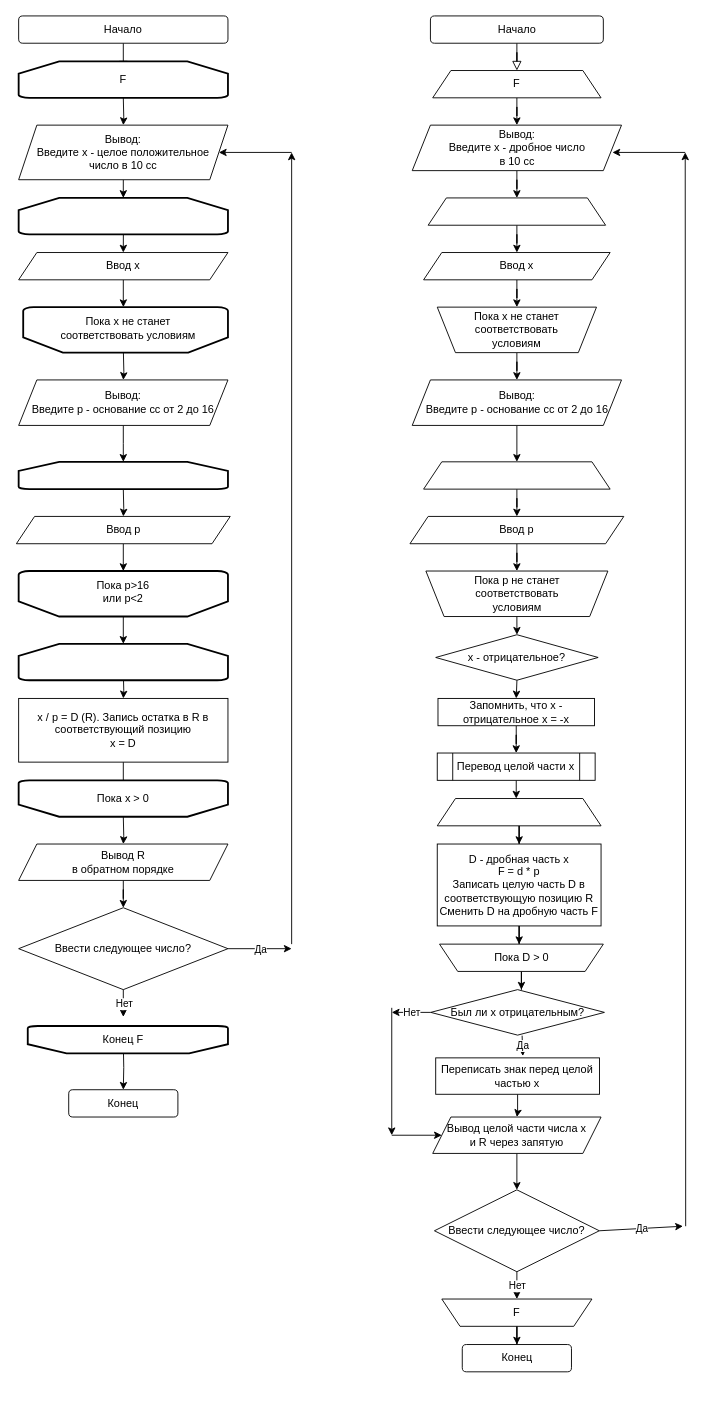
Earlier version of the draw.io diagram Untitled Diagram.drawio (FreemanBel/inviter). Source tidied: cells renumbered, new cells numbered last; positions are measured from the earlier drawing's top-left corner, leaving out a move shared by most shapes. Both pictures are drawn from the tidied source at 91%, with x=0, y=0 at pixel (16, 15).
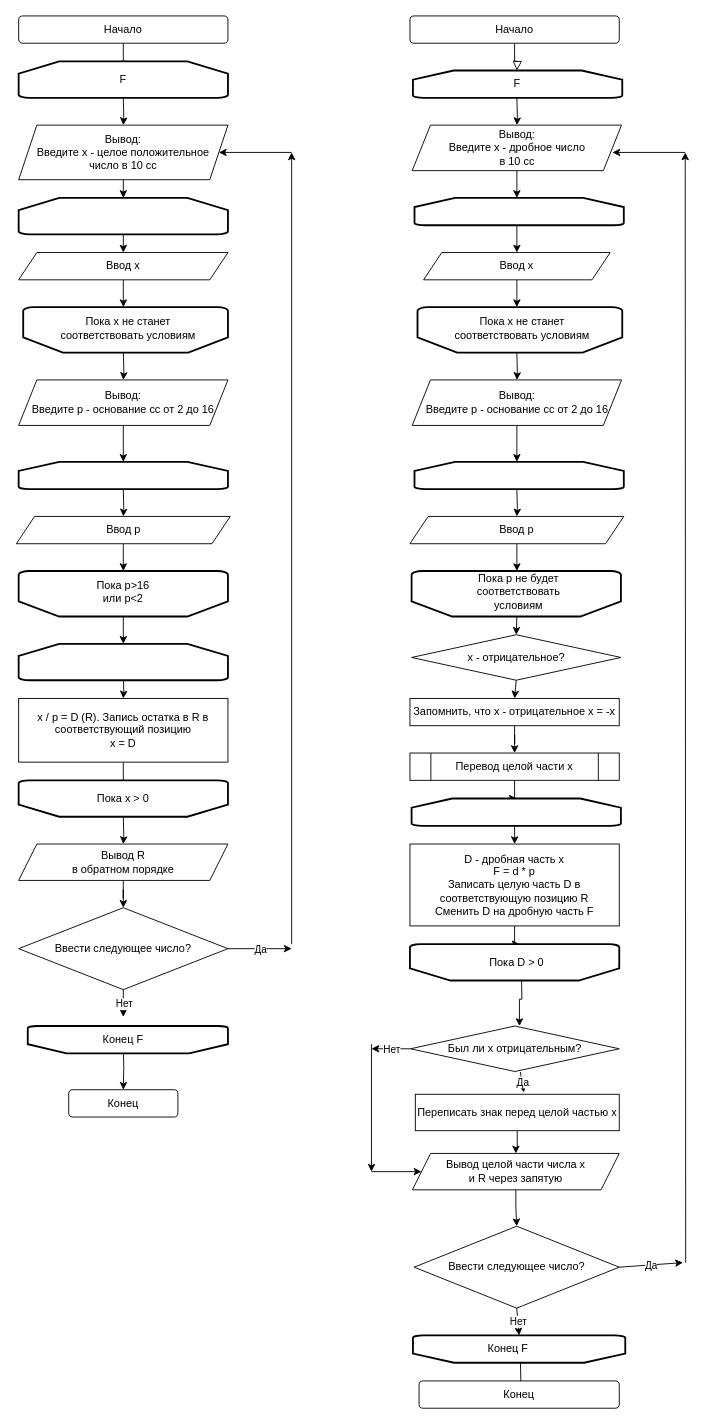
Above is the later version.

The change refers to these unchanged cells:
```xml
<mxCell id="39" value="Ввод x" style="shape=parallelogram;perimeter=parallelogramPerimeter;whiteSpace=wrap;html=1;fixedSize=1;" parent="1" vertex="1">
  <mxGeometry x="447" y="260" width="205" height="30" as="geometry" />
</mxCell>
<mxCell id="43" value="Вывод:&lt;br&gt;&lt;div&gt;Введите x - дробное число&lt;/div&gt;&lt;div&gt;в 10 сс&lt;br&gt;&lt;/div&gt;" style="shape=parallelogram;perimeter=parallelogramPerimeter;whiteSpace=wrap;html=1;fixedSize=1;" parent="1" vertex="1">
  <mxGeometry x="434.5" y="120" width="230" height="50" as="geometry" />
</mxCell>
<mxCell id="45" value="Вывод:&lt;br&gt;&lt;div&gt;Введите p - основание сс от 2 до 16&lt;br&gt;&lt;/div&gt;" style="shape=parallelogram;perimeter=parallelogramPerimeter;whiteSpace=wrap;html=1;fixedSize=1;" parent="1" vertex="1">
  <mxGeometry x="434.5" y="400" width="230" height="50" as="geometry" />
</mxCell>
<mxCell id="49" value="Ввод p" style="shape=parallelogram;perimeter=parallelogramPerimeter;whiteSpace=wrap;html=1;fixedSize=1;" parent="1" vertex="1">
  <mxGeometry x="432" y="550" width="235" height="30" as="geometry" />
</mxCell>
```

What changed in the source:
```diff
@@
-    <mxCell id="32" style="rounded=0;html=1;jettySize=auto;fontSize=11;endArrow=block;endFill=0;endSize=8;strokeWidth=1;shadow=0;labelBackgroundColor=none;edgeStyle=orthogonalEdgeStyle;entryX=0.5;entryY=0;entryDx=0;entryDy=0;" parent="1" edge="1" source="33" target="35">
-      <mxGeometry relative="1" as="geometry" />
+    <mxCell id="32" style="rounded=0;html=1;jettySize=auto;fontSize=11;endArrow=block;endFill=0;endSize=8;strokeWidth=1;shadow=0;labelBackgroundColor=none;edgeStyle=orthogonalEdgeStyle;entryX=0.5;entryY=0;entryDx=0;entryDy=0;" parent="1" edge="1" source="33">
+      <mxGeometry relative="1" as="geometry">
+        <mxPoint x="549.5" y="60" as="targetPoint" />
+      </mxGeometry>
     </mxCell>
     <mxCell id="33" value="Начало" style="rounded=1;whiteSpace=wrap;html=1;fontSize=12;glass=0;strokeWidth=1;shadow=0;" parent="1" vertex="1">
-      <mxGeometry x="454.5" width="190" height="30" as="geometry" />
+      <mxGeometry x="432" width="230" height="30" as="geometry" />
     </mxCell>
-    <mxCell id="34" style="edgeStyle=orthogonalEdgeStyle;rounded=0;jettySize=auto;html=1;" parent="1" edge="1" source="35" target="43">
-      <mxGeometry relative="1" as="geometry" />
+    <mxCell id="34" style="edgeStyle=orthogonalEdgeStyle;rounded=0;jettySize=auto;html=1;" parent="1" edge="1" target="43">
+      <mxGeometry relative="1" as="geometry">
+        <mxPoint x="549.5" y="90" as="sourcePoint" />
+      </mxGeometry>
     </mxCell>
-    <mxCell id="35" value="F" style="shape=trapezoid;perimeter=trapezoidPerimeter;whiteSpace=wrap;html=1;fixedSize=1;" parent="1" vertex="1">
-      <mxGeometry x="457" y="60" width="185" height="30" as="geometry" />
-    </mxCell>
-    <mxCell id="36" style="edgeStyle=orthogonalEdgeStyle;rounded=0;jettySize=auto;html=1;entryX=0.5;entryY=0;entryDx=0;entryDy=0;" parent="1" edge="1" source="37" target="39">
-      <mxGeometry relative="1" as="geometry" />
+    <mxCell id="36" style="edgeStyle=orthogonalEdgeStyle;rounded=0;jettySize=auto;html=1;entryX=0.5;entryY=0;entryDx=0;entryDy=0;" parent="1" edge="1" target="39">
+      <mxGeometry relative="1" as="geometry">
+        <mxPoint x="549.5" y="230" as="sourcePoint" />
+      </mxGeometry>
     </mxCell>
-    <mxCell id="37" style="shape=trapezoid;perimeter=trapezoidPerimeter;whiteSpace=wrap;html=1;fixedSize=1;" parent="1" vertex="1">
-      <mxGeometry x="452" y="200" width="195" height="30" as="geometry" />
-    </mxCell>
-    <mxCell id="38" style="edgeStyle=orthogonalEdgeStyle;rounded=0;jettySize=auto;html=1;" parent="1" edge="1" source="39" target="41">
-      <mxGeometry relative="1" as="geometry" />
+    <mxCell id="38" style="edgeStyle=orthogonalEdgeStyle;rounded=0;jettySize=auto;html=1;" parent="1" edge="1" source="39">
+      <mxGeometry relative="1" as="geometry">
+        <mxPoint x="549.5" y="320" as="targetPoint" />
+      </mxGeometry>
     </mxCell>
@@
-    <mxCell id="40" style="edgeStyle=orthogonalEdgeStyle;rounded=0;jettySize=auto;html=1;" parent="1" edge="1" source="41" target="45">
-      <mxGeometry relative="1" as="geometry" />
+    <mxCell id="40" style="edgeStyle=orthogonalEdgeStyle;rounded=0;jettySize=auto;html=1;" parent="1" edge="1" target="45">
+      <mxGeometry relative="1" as="geometry">
+        <mxPoint x="549.5" y="370" as="sourcePoint" />
+      </mxGeometry>
     </mxCell>
-    <mxCell id="41" value="&lt;div&gt;Пока x не станет&lt;/div&gt;&lt;div&gt;соответствовать&lt;/div&gt;&lt;div&gt;условиям&lt;br&gt;&lt;/div&gt;" style="shape=trapezoid;perimeter=trapezoidPerimeter;whiteSpace=wrap;html=1;fixedSize=1;direction=west;" parent="1" vertex="1">
-      <mxGeometry x="462" y="320" width="175" height="50" as="geometry" />
-    </mxCell>
-    <mxCell id="42" style="edgeStyle=orthogonalEdgeStyle;rounded=0;jettySize=auto;html=1;entryX=0.5;entryY=0;entryDx=0;entryDy=0;" parent="1" edge="1" source="43" target="37">
-      <mxGeometry relative="1" as="geometry" />
+    <mxCell id="42" style="edgeStyle=orthogonalEdgeStyle;rounded=0;jettySize=auto;html=1;entryX=0.5;entryY=0;entryDx=0;entryDy=0;" parent="1" edge="1" source="43">
+      <mxGeometry relative="1" as="geometry">
+        <mxPoint x="549.5" y="200" as="targetPoint" />
+      </mxGeometry>
     </mxCell>
@@
-    <mxCell id="44" style="edgeStyle=orthogonalEdgeStyle;rounded=0;jettySize=auto;html=1;" parent="1" edge="1" source="45" target="47">
-      <mxGeometry relative="1" as="geometry" />
+    <mxCell id="44" style="edgeStyle=orthogonalEdgeStyle;rounded=0;jettySize=auto;html=1;" parent="1" edge="1" source="45">
+      <mxGeometry relative="1" as="geometry">
+        <mxPoint x="549.5" y="490" as="targetPoint" />
+      </mxGeometry>
     </mxCell>
@@
-    <mxCell id="46" style="edgeStyle=orthogonalEdgeStyle;rounded=0;jettySize=auto;html=1;" parent="1" edge="1" source="47" target="49">
-      <mxGeometry relative="1" as="geometry" />
+    <mxCell id="46" style="edgeStyle=orthogonalEdgeStyle;rounded=0;jettySize=auto;html=1;" parent="1" edge="1" target="49">
+      <mxGeometry relative="1" as="geometry">
+        <mxPoint x="549.5" y="520" as="sourcePoint" />
+      </mxGeometry>
     </mxCell>
-    <mxCell id="47" style="shape=trapezoid;perimeter=trapezoidPerimeter;whiteSpace=wrap;html=1;fixedSize=1;" parent="1" vertex="1">
-      <mxGeometry x="447" y="490" width="205" height="30" as="geometry" />
-    </mxCell>
-    <mxCell id="48" style="edgeStyle=orthogonalEdgeStyle;rounded=0;jettySize=auto;html=1;" parent="1" edge="1" source="49" target="50">
-      <mxGeometry relative="1" as="geometry" />
+    <mxCell id="48" style="edgeStyle=orthogonalEdgeStyle;rounded=0;jettySize=auto;html=1;" parent="1" edge="1" source="49">
+      <mxGeometry relative="1" as="geometry">
+        <mxPoint x="549.5" y="610" as="targetPoint" />
+      </mxGeometry>
     </mxCell>
@@
-    <mxCell id="50" value="&lt;div&gt;Пока p не станет&lt;/div&gt;&lt;div&gt;соответствовать&lt;/div&gt;&lt;div&gt;условиям&lt;br&gt;&lt;/div&gt;" style="shape=trapezoid;perimeter=trapezoidPerimeter;whiteSpace=wrap;html=1;fixedSize=1;direction=west;" parent="1" vertex="1">
-      <mxGeometry x="449.5" y="610" width="200" height="50" as="geometry" />
-    </mxCell>
@@
     <mxCell id="52" value="&lt;div&gt;Вывод целой части числа x&lt;/div&gt;&lt;div&gt;и R через запятую&lt;br&gt;&lt;/div&gt;" style="shape=parallelogram;perimeter=parallelogramPerimeter;whiteSpace=wrap;html=1;fixedSize=1;" parent="1" vertex="1">
-      <mxGeometry x="457" y="1210" width="185" height="40" as="geometry" />
+      <mxGeometry x="434.7" y="1250" width="227.3" height="40" as="geometry" />
     </mxCell>
     <mxCell id="53" value="Ввести следующее число?" style="rhombus;whiteSpace=wrap;html=1;" parent="1" vertex="1">
-      <mxGeometry x="458.9" y="1290" width="181.2" height="90" as="geometry" />
+      <mxGeometry x="436.6" y="1330" width="225.4" height="90" as="geometry" />
     </mxCell>
-    <mxCell id="54" style="edgeStyle=orthogonalEdgeStyle;rounded=0;jettySize=auto;html=1;" parent="1" edge="1" source="55" target="56">
-      <mxGeometry relative="1" as="geometry" />
+    <mxCell id="54" style="edgeStyle=orthogonalEdgeStyle;rounded=0;jettySize=auto;html=1;" parent="1" edge="1" target="56">
+      <mxGeometry relative="1" as="geometry">
+        <mxPoint x="553.4" y="1480" as="sourcePoint" />
+      </mxGeometry>
     </mxCell>
-    <mxCell id="55" value="F" style="shape=trapezoid;perimeter=trapezoidPerimeter;whiteSpace=wrap;html=1;fixedSize=1;direction=west;" parent="1" vertex="1">
-      <mxGeometry x="467" y="1410" width="165" height="30" as="geometry" />
-    </mxCell>
     <mxCell id="56" value="Конец" style="rounded=1;whiteSpace=wrap;html=1;" parent="1" vertex="1">
-      <mxGeometry x="489.5" y="1460" width="120" height="30" as="geometry" />
+      <mxGeometry x="442" y="1500" width="220" height="30" as="geometry" />
     </mxCell>
-    <mxCell id="57" style="endArrow=classic;html=1;exitX=0.5;exitY=1;exitDx=0;exitDy=0;entryX=0.5;entryY=1;entryDx=0;entryDy=0;" parent="1" edge="1" source="53" target="55">
+    <mxCell id="57" style="endArrow=classic;html=1;exitX=0.5;exitY=1;exitDx=0;exitDy=0;entryX=0.5;entryY=1;entryDx=0;entryDy=0;entryPerimeter=0;" parent="1" edge="1" source="53" target="105">
       <mxGeometry relative="1" as="geometry" />
     </mxCell>
@@
     <mxCell id="59" style="endArrow=classic;html=1;exitX=1;exitY=0.5;exitDx=0;exitDy=0;" parent="1" edge="1" source="53">
       <mxGeometry relative="1" as="geometry">
-        <mxPoint x="732" y="1330" as="targetPoint" />
+        <mxPoint x="732" y="1370" as="targetPoint" />
       </mxGeometry>
     </mxCell>
@@
     <mxCell id="61" style="endArrow=classic;html=1;" parent="1" edge="1">
       <mxGeometry relative="1" as="geometry">
-        <mxPoint x="735" y="1330" as="sourcePoint" />
+        <mxPoint x="735" y="1370" as="sourcePoint" />
         <mxPoint x="734.5" y="150" as="targetPoint" />
       </mxGeometry>
     </mxCell>
@@
     <mxCell id="63" value="x - отрицательное?" style="rhombus;whiteSpace=wrap;html=1;" parent="1" vertex="1">
-      <mxGeometry x="460.3" y="680" width="178.5" height="50" as="geometry" />
+      <mxGeometry x="433.8" y="680" width="230" height="50" as="geometry" />
     </mxCell>
@@
     <mxCell id="65" value="Запомнить, что x - отрицательное x = -x" style="rounded=0;whiteSpace=wrap;html=1;" parent="1" vertex="1">
-      <mxGeometry x="462.8" y="750" width="172" height="30" as="geometry" />
+      <mxGeometry x="432" y="750" width="230" height="30" as="geometry" />
     </mxCell>
-    <mxCell id="66" style="edgeStyle=orthogonalEdgeStyle;rounded=0;jettySize=auto;html=1;entryX=0.482;entryY=0;entryDx=0;entryDy=0;entryPerimeter=0;" parent="1" edge="1" source="67" target="69">
-      <mxGeometry relative="1" as="geometry" />
+    <mxCell id="66" style="edgeStyle=orthogonalEdgeStyle;rounded=0;jettySize=auto;html=1;entryX=0.482;entryY=0;entryDx=0;entryDy=0;entryPerimeter=0;" parent="1" edge="1" source="67">
+      <mxGeometry relative="1" as="geometry">
+        <mxPoint x="548.8" y="860" as="targetPoint" />
+      </mxGeometry>
     </mxCell>
     <mxCell id="67" value="Перевод целой части x" style="shape=process;whiteSpace=wrap;html=1;backgroundOutline=1;" parent="1" vertex="1">
-      <mxGeometry x="462" y="810" width="173.5" height="30" as="geometry" />
+      <mxGeometry x="432" y="810" width="230" height="30" as="geometry" />
     </mxCell>
-    <mxCell id="68" style="edgeStyle=orthogonalEdgeStyle;rounded=0;jettySize=auto;html=1;entryX=0.5;entryY=0;entryDx=0;entryDy=0;" parent="1" edge="1" source="69" target="71">
-      <mxGeometry relative="1" as="geometry" />
+    <mxCell id="68" style="edgeStyle=orthogonalEdgeStyle;rounded=0;jettySize=auto;html=1;entryX=0.5;entryY=0;entryDx=0;entryDy=0;" parent="1" edge="1" target="71">
+      <mxGeometry relative="1" as="geometry">
+        <mxPoint x="552" y="890" as="sourcePoint" />
+      </mxGeometry>
     </mxCell>
-    <mxCell id="69" style="shape=trapezoid;perimeter=trapezoidPerimeter;whiteSpace=wrap;html=1;fixedSize=1;" parent="1" vertex="1">
-      <mxGeometry x="462" y="860" width="180" height="30" as="geometry" />
-    </mxCell>
-    <mxCell id="70" style="edgeStyle=orthogonalEdgeStyle;rounded=0;jettySize=auto;html=1;entryX=0.514;entryY=1;entryDx=0;entryDy=0;entryPerimeter=0;" parent="1" edge="1" source="71" target="73">
-      <mxGeometry relative="1" as="geometry" />
+    <mxCell id="70" style="edgeStyle=orthogonalEdgeStyle;rounded=0;jettySize=auto;html=1;entryX=0.514;entryY=1;entryDx=0;entryDy=0;entryPerimeter=0;" parent="1" edge="1" source="71">
+      <mxGeometry relative="1" as="geometry">
+        <mxPoint x="552" y="1020" as="targetPoint" />
+      </mxGeometry>
     </mxCell>
     <mxCell id="71" value="&lt;div&gt;D - дробная часть x&lt;/div&gt;&lt;div&gt;F = d * p&lt;/div&gt;&lt;div&gt;Записать целую часть D в соответствующую позицию R&lt;/div&gt;&lt;div&gt;Сменить D на дробную часть F&lt;br&gt;&lt;/div&gt;" style="rounded=0;whiteSpace=wrap;html=1;" parent="1" vertex="1">
-      <mxGeometry x="462" y="910" width="180" height="90" as="geometry" />
+      <mxGeometry x="432" y="910" width="230" height="90" as="geometry" />
     </mxCell>
-    <mxCell id="72" style="edgeStyle=orthogonalEdgeStyle;rounded=0;jettySize=auto;html=1;entryX=0.522;entryY=0;entryDx=0;entryDy=0;entryPerimeter=0;" parent="1" edge="1" source="73" target="74">
-      <mxGeometry relative="1" as="geometry" />
+    <mxCell id="72" style="edgeStyle=orthogonalEdgeStyle;rounded=0;jettySize=auto;html=1;entryX=0.522;entryY=0;entryDx=0;entryDy=0;entryPerimeter=0;" parent="1" edge="1" target="74">
+      <mxGeometry relative="1" as="geometry">
+        <mxPoint x="554.5" y="1050" as="sourcePoint" />
+      </mxGeometry>
     </mxCell>
-    <mxCell id="73" value="Пока D &amp;gt; 0" style="shape=trapezoid;perimeter=trapezoidPerimeter;whiteSpace=wrap;html=1;fixedSize=1;direction=west;" parent="1" vertex="1">
-      <mxGeometry x="464.5" y="1020" width="180" height="30" as="geometry" />
-    </mxCell>
     <mxCell id="74" value="Был ли x отрицательным?" style="rhombus;whiteSpace=wrap;html=1;" parent="1" vertex="1">
-      <mxGeometry x="454.9" y="1070" width="190.8" height="50" as="geometry" />
+      <mxGeometry x="432.6" y="1110" width="229.4" height="50" as="geometry" />
     </mxCell>
@@
     <mxCell id="76" value="Переписать знак перед целой частью x" style="rounded=0;whiteSpace=wrap;html=1;" parent="1" vertex="1">
-      <mxGeometry x="460.3" y="1145" width="180" height="40" as="geometry" />
+      <mxGeometry x="437.9" y="1185" width="224.1" height="40" as="geometry" />
     </mxCell>
     <mxCell id="77" style="endArrow=classic;html=1;exitX=0;exitY=0.5;exitDx=0;exitDy=0;" parent="1" edge="1" source="74">
       <mxGeometry relative="1" as="geometry">
-        <mxPoint x="412" y="1095" as="targetPoint" />
+        <mxPoint x="389.7" y="1135" as="targetPoint" />
       </mxGeometry>
     </mxCell>
@@
     <mxCell id="79" style="endArrow=classic;html=1;" parent="1" edge="1">
       <mxGeometry relative="1" as="geometry">
-        <mxPoint x="412" y="1090" as="sourcePoint" />
-        <mxPoint x="412" y="1230" as="targetPoint" />
+        <mxPoint x="389.7" y="1130" as="sourcePoint" />
+        <mxPoint x="389.7" y="1270" as="targetPoint" />
       </mxGeometry>
     </mxCell>
     <mxCell id="80" style="endArrow=classic;html=1;" parent="1" edge="1" target="52">
       <mxGeometry relative="1" as="geometry">
-        <mxPoint x="412" y="1230" as="sourcePoint" />
+        <mxPoint x="389.7" y="1270" as="sourcePoint" />
       </mxGeometry>
     </mxCell>
@@
-    <mxCell id="84" style="endArrow=classic;html=1;exitX=0.5;exitY=0;exitDx=0;exitDy=0;entryX=0.5;entryY=0;entryDx=0;entryDy=0;" parent="1" edge="1" source="50" target="63">
-      <mxGeometry relative="1" as="geometry" />
+    <mxCell id="84" style="endArrow=classic;html=1;exitX=0.5;exitY=0;exitDx=0;exitDy=0;entryX=0.5;entryY=0;entryDx=0;entryDy=0;" parent="1" edge="1" target="63">
+      <mxGeometry relative="1" as="geometry">
+        <mxPoint x="549.5" y="660" as="sourcePoint" />
+      </mxGeometry>
     </mxCell>
@@
+    <mxCell id="97" value="F" style="strokeWidth=2;html=1;shape=mxgraph.flowchart.loop_limit;whiteSpace=wrap;" parent="1" vertex="1">
+      <mxGeometry x="435.3" y="60" width="230" height="30" as="geometry" />
+    </mxCell>
+    <mxCell id="98" style="strokeWidth=2;html=1;shape=mxgraph.flowchart.loop_limit;whiteSpace=wrap;" parent="1" vertex="1">
+      <mxGeometry x="437" y="200" width="230" height="30" as="geometry" />
+    </mxCell>
+    <mxCell id="99" style="strokeWidth=2;html=1;shape=mxgraph.flowchart.loop_limit;whiteSpace=wrap;rotation=-180;" parent="1" vertex="1">
+      <mxGeometry x="440.3" y="320" width="225" height="50" as="geometry" />
+    </mxCell>
+    <mxCell id="41" value="Пока x не станет соответствовать условиям" style="text;html=1;strokeColor=none;fillColor=none;align=center;verticalAlign=middle;whiteSpace=wrap;rounded=0;" parent="1" vertex="1">
+      <mxGeometry x="472.8" y="320" width="165" height="45" as="geometry" />
+    </mxCell>
+    <mxCell id="100" style="strokeWidth=2;html=1;shape=mxgraph.flowchart.loop_limit;whiteSpace=wrap;" parent="1" vertex="1">
+      <mxGeometry x="437" y="490" width="230" height="30" as="geometry" />
+    </mxCell>
+    <mxCell id="101" style="strokeWidth=2;html=1;shape=mxgraph.flowchart.loop_limit;whiteSpace=wrap;rotation=-180;" parent="1" vertex="1">
+      <mxGeometry x="433.8" y="610" width="230" height="50" as="geometry" />
+    </mxCell>
+    <mxCell id="102" value="Пока p не будет соответствовать условиям" style="text;html=1;strokeColor=none;fillColor=none;align=center;verticalAlign=middle;whiteSpace=wrap;rounded=0;" parent="1" vertex="1">
+      <mxGeometry x="485.4" y="620" width="133.2" height="25" as="geometry" />
+    </mxCell>
+    <mxCell id="103" style="strokeWidth=2;html=1;shape=mxgraph.flowchart.loop_limit;whiteSpace=wrap;" parent="1" vertex="1">
+      <mxGeometry x="433.8" y="860" width="230" height="30" as="geometry" />
+    </mxCell>
+    <mxCell id="104" style="strokeWidth=2;html=1;shape=mxgraph.flowchart.loop_limit;whiteSpace=wrap;rotation=-180;" parent="1" vertex="1">
+      <mxGeometry x="432" y="1020" width="230" height="40" as="geometry" />
+    </mxCell>
+    <mxCell id="73" value="Пока D &amp;gt; 0" style="text;html=1;strokeColor=none;fillColor=none;align=center;verticalAlign=middle;whiteSpace=wrap;rounded=0;" parent="1" vertex="1">
+      <mxGeometry x="517" y="1030" width="65" height="20" as="geometry" />
+    </mxCell>
+    <mxCell id="105" style="strokeWidth=2;html=1;shape=mxgraph.flowchart.loop_limit;whiteSpace=wrap;rotation=-180;" parent="1" vertex="1">
+      <mxGeometry x="435.3" y="1450" width="233.3" height="30" as="geometry" />
+    </mxCell>
+    <mxCell id="106" value="Конец F" style="text;html=1;strokeColor=none;fillColor=none;align=center;verticalAlign=middle;whiteSpace=wrap;rounded=0;" parent="1" vertex="1">
+      <mxGeometry x="510.3" y="1455" width="60" height="20" as="geometry" />
+    </mxCell>
```
